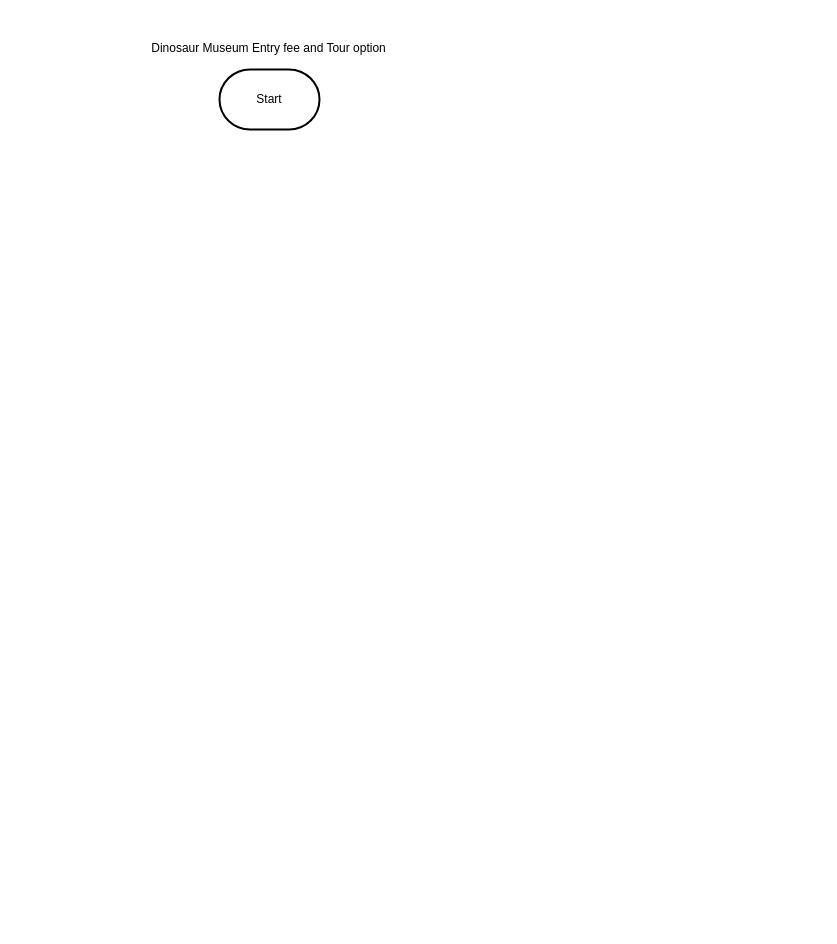
This is design/flowchart.drawio from MTHS-ICD2O-1-2024/ICD2O-Assignment-04-Ain-Jeong, a draw.io file, before an edit. Source tidied: cells renumbered, new cells numbered last; positions are measured from the earlier drawing's top-left corner, leaving out a move shared by most shapes. Both pictures are drawn from the tidied source at 100%, with x=0, y=0 at pixel (138, 33).
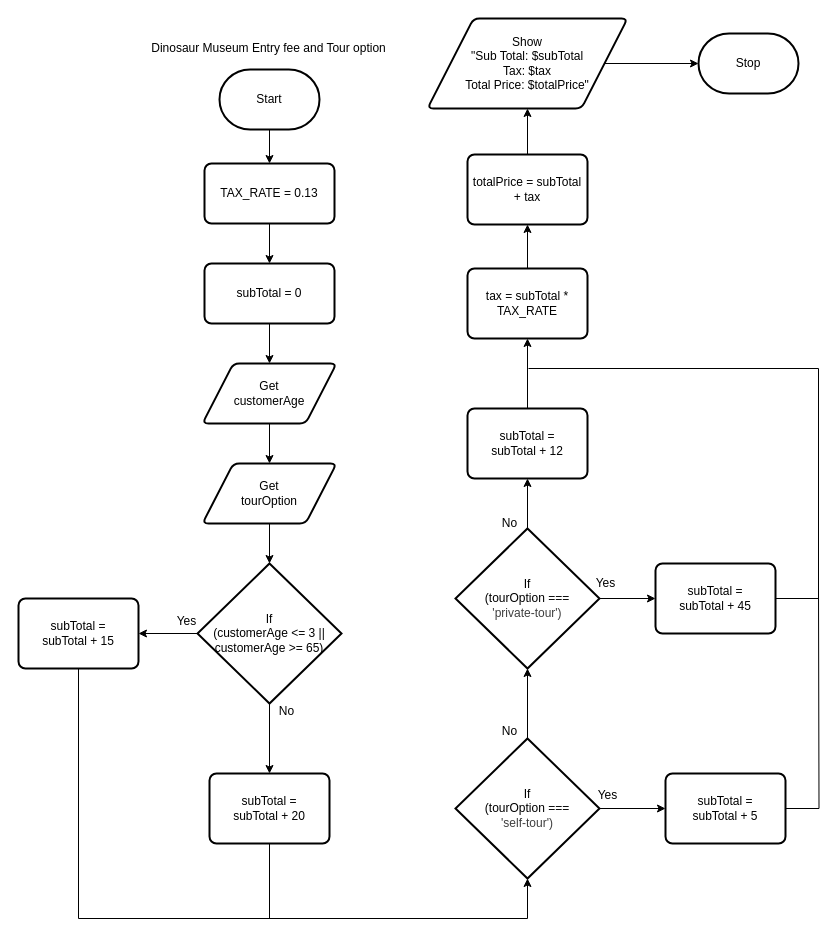
The same diagram, later.

Unchanged cells that the change refers to:
```xml
<mxCell id="2" value="Start" style="strokeWidth=2;html=1;shape=mxgraph.flowchart.terminator;whiteSpace=wrap;" parent="1" vertex="1">
  <mxGeometry x="81" y="36" width="100" height="60" as="geometry" />
</mxCell>
```

The edit, as a diff of the source:
```diff
@@
+    <mxCell id="8" style="edgeStyle=none;html=1;entryX=0.5;entryY=0;entryDx=0;entryDy=0;" parent="1" edge="1" source="2" target="10">
+      <mxGeometry relative="1" as="geometry" />
+    </mxCell>
@@
     <mxCell id="3" style="edgeStyle=none;html=1;entryX=1;entryY=0.5;entryDx=0;entryDy=0;" parent="1" edge="1">
       <mxGeometry relative="1" as="geometry">
-        <mxPoint x="80" y="525" as="sourcePoint" />
+        <mxPoint x="100" y="510" as="sourcePoint" />
       </mxGeometry>
     </mxCell>
     <mxCell id="4" style="edgeStyle=none;html=1;entryX=0.5;entryY=1;entryDx=0;entryDy=0;" parent="1" edge="1">
       <mxGeometry relative="1" as="geometry">
-        <mxPoint x="327.5" y="230" as="targetPoint" />
+        <mxPoint x="347.5" y="215" as="targetPoint" />
       </mxGeometry>
     </mxCell>
     <mxCell id="5" style="edgeStyle=none;html=1;entryX=0.5;entryY=1;entryDx=0;entryDy=0;" parent="1" edge="1">
       <mxGeometry relative="1" as="geometry">
-        <mxPoint x="327.5" y="160" as="sourcePoint" />
+        <mxPoint x="347.5" y="145" as="sourcePoint" />
       </mxGeometry>
     </mxCell>
     <mxCell id="6" style="edgeStyle=none;html=1;entryX=0;entryY=0.5;entryDx=0;entryDy=0;entryPerimeter=0;" parent="1" edge="1">
       <mxGeometry relative="1" as="geometry">
-        <mxPoint x="391" y="100" as="sourcePoint" />
+        <mxPoint x="411" y="85" as="sourcePoint" />
       </mxGeometry>
     </mxCell>
@@
+    <mxCell id="9" style="edgeStyle=none;html=1;entryX=0.5;entryY=0;entryDx=0;entryDy=0;" parent="1" edge="1" source="10" target="12">
+      <mxGeometry relative="1" as="geometry" />
+    </mxCell>
+    <mxCell id="10" value="TAX_RATE = 0.13" style="rounded=1;whiteSpace=wrap;html=1;absoluteArcSize=1;arcSize=14;strokeWidth=2;" parent="1" vertex="1">
+      <mxGeometry x="66" y="130" width="130" height="60" as="geometry" />
+    </mxCell>
+    <mxCell id="11" style="edgeStyle=none;html=1;entryX=0.5;entryY=0;entryDx=0;entryDy=0;" parent="1" edge="1" source="12" target="14">
+      <mxGeometry relative="1" as="geometry" />
+    </mxCell>
+    <mxCell id="12" value="subTotal = 0" style="rounded=1;whiteSpace=wrap;html=1;absoluteArcSize=1;arcSize=14;strokeWidth=2;" parent="1" vertex="1">
+      <mxGeometry x="66" y="230" width="130" height="60" as="geometry" />
+    </mxCell>
+    <mxCell id="13" style="edgeStyle=none;html=1;entryX=0.5;entryY=0;entryDx=0;entryDy=0;" parent="1" edge="1" source="14" target="15">
+      <mxGeometry relative="1" as="geometry" />
+    </mxCell>
+    <mxCell id="14" value="Get&lt;div&gt;customerAge&lt;/div&gt;" style="shape=parallelogram;html=1;strokeWidth=2;perimeter=parallelogramPerimeter;whiteSpace=wrap;rounded=1;arcSize=12;size=0.23;" parent="1" vertex="1">
+      <mxGeometry x="64" y="330" width="134" height="60" as="geometry" />
+    </mxCell>
+    <mxCell id="15" value="Get&lt;div&gt;tourOption&lt;/div&gt;" style="shape=parallelogram;html=1;strokeWidth=2;perimeter=parallelogramPerimeter;whiteSpace=wrap;rounded=1;arcSize=12;size=0.23;" parent="1" vertex="1">
+      <mxGeometry x="64" y="430" width="134" height="60" as="geometry" />
+    </mxCell>
+    <mxCell id="16" style="edgeStyle=none;html=1;entryX=1;entryY=0.5;entryDx=0;entryDy=0;" parent="1" edge="1" source="18" target="19">
+      <mxGeometry relative="1" as="geometry" />
+    </mxCell>
+    <mxCell id="17" style="edgeStyle=none;html=1;entryX=0.5;entryY=0;entryDx=0;entryDy=0;" parent="1" edge="1" source="18" target="21">
+      <mxGeometry relative="1" as="geometry" />
+    </mxCell>
+    <mxCell id="18" value="If&lt;div&gt;(customerAge &amp;lt;= 3 ||&lt;/div&gt;&lt;div&gt;customerAge &amp;gt;= 65)&lt;/div&gt;" style="strokeWidth=2;html=1;shape=mxgraph.flowchart.decision;whiteSpace=wrap;" parent="1" vertex="1">
+      <mxGeometry x="59" y="530" width="144" height="140" as="geometry" />
+    </mxCell>
+    <mxCell id="19" value="subTotal =&lt;div&gt;&lt;span style=&quot;color: rgb(0, 0, 0);&quot;&gt;subTotal + 15&lt;/span&gt;&lt;/div&gt;" style="rounded=1;whiteSpace=wrap;html=1;absoluteArcSize=1;arcSize=14;strokeWidth=2;" parent="1" vertex="1">
+      <mxGeometry x="-120" y="565" width="120" height="70" as="geometry" />
+    </mxCell>
+    <mxCell id="20" style="edgeStyle=none;html=1;endArrow=none;endFill=0;" parent="1" edge="1" source="21">
+      <mxGeometry relative="1" as="geometry">
+        <mxPoint x="131" y="885" as="targetPoint" />
+      </mxGeometry>
+    </mxCell>
+    <mxCell id="21" value="subTotal =&lt;div&gt;&lt;span style=&quot;color: rgb(0, 0, 0);&quot;&gt;subTotal + 20&lt;/span&gt;&lt;/div&gt;" style="rounded=1;whiteSpace=wrap;html=1;absoluteArcSize=1;arcSize=14;strokeWidth=2;" parent="1" vertex="1">
+      <mxGeometry x="71" y="740" width="120" height="70" as="geometry" />
+    </mxCell>
+    <mxCell id="22" style="edgeStyle=none;html=1;entryX=0;entryY=0.5;entryDx=0;entryDy=0;" parent="1" edge="1" source="23" target="28">
+      <mxGeometry relative="1" as="geometry" />
+    </mxCell>
+    <mxCell id="23" value="If&lt;div&gt;(tourOption ===&lt;/div&gt;&lt;div&gt;&lt;span style=&quot;color: rgb(63, 63, 63); background-color: transparent;&quot;&gt;'self-tour')&lt;/span&gt;&lt;/div&gt;" style="strokeWidth=2;html=1;shape=mxgraph.flowchart.decision;whiteSpace=wrap;" parent="1" vertex="1">
+      <mxGeometry x="317" y="705" width="144" height="140" as="geometry" />
+    </mxCell>
+    <mxCell id="24" style="edgeStyle=none;html=1;entryX=0.5;entryY=1;entryDx=0;entryDy=0;" parent="1" edge="1" source="26" target="32">
+      <mxGeometry relative="1" as="geometry" />
+    </mxCell>
+    <mxCell id="25" style="edgeStyle=none;html=1;entryX=0;entryY=0.5;entryDx=0;entryDy=0;" parent="1" edge="1" source="26" target="30">
+      <mxGeometry relative="1" as="geometry" />
+    </mxCell>
+    <mxCell id="26" value="If&lt;div&gt;(tourOption ===&lt;/div&gt;&lt;div&gt;&lt;span style=&quot;color: rgb(63, 63, 63); background-color: transparent;&quot;&gt;'private-tour')&lt;/span&gt;&lt;/div&gt;" style="strokeWidth=2;html=1;shape=mxgraph.flowchart.decision;whiteSpace=wrap;" parent="1" vertex="1">
+      <mxGeometry x="317" y="495" width="144" height="140" as="geometry" />
+    </mxCell>
+    <mxCell id="27" style="edgeStyle=orthogonalEdgeStyle;html=1;endArrow=none;endFill=0;rounded=0;curved=0;" parent="1" edge="1" source="28">
+      <mxGeometry relative="1" as="geometry">
+        <mxPoint x="680" y="555" as="targetPoint" />
+      </mxGeometry>
+    </mxCell>
+    <mxCell id="28" value="subTotal =&lt;div&gt;&lt;span style=&quot;color: rgb(0, 0, 0);&quot;&gt;subTotal + 5&lt;/span&gt;&lt;/div&gt;" style="rounded=1;whiteSpace=wrap;html=1;absoluteArcSize=1;arcSize=14;strokeWidth=2;" parent="1" vertex="1">
+      <mxGeometry x="527" y="740" width="120" height="70" as="geometry" />
+    </mxCell>
+    <mxCell id="29" style="edgeStyle=orthogonalEdgeStyle;html=1;rounded=0;curved=0;endArrow=none;endFill=0;" parent="1" edge="1" source="30">
+      <mxGeometry relative="1" as="geometry">
+        <mxPoint x="390" y="335" as="targetPoint" />
+        <Array as="points">
+          <mxPoint x="680" y="565" />
+          <mxPoint x="680" y="335" />
+        </Array>
+      </mxGeometry>
+    </mxCell>
+    <mxCell id="30" value="subTotal =&lt;div&gt;&lt;span style=&quot;color: rgb(0, 0, 0);&quot;&gt;subTotal + 45&lt;/span&gt;&lt;/div&gt;" style="rounded=1;whiteSpace=wrap;html=1;absoluteArcSize=1;arcSize=14;strokeWidth=2;" parent="1" vertex="1">
+      <mxGeometry x="517" y="530" width="120" height="70" as="geometry" />
+    </mxCell>
+    <mxCell id="31" style="edgeStyle=none;html=1;entryX=0.5;entryY=1;entryDx=0;entryDy=0;" parent="1" edge="1" source="32" target="34">
+      <mxGeometry relative="1" as="geometry" />
+    </mxCell>
+    <mxCell id="32" value="subTotal =&lt;div&gt;&lt;span style=&quot;color: rgb(0, 0, 0);&quot;&gt;subTotal + 12&lt;/span&gt;&lt;/div&gt;" style="rounded=1;whiteSpace=wrap;html=1;absoluteArcSize=1;arcSize=14;strokeWidth=2;" parent="1" vertex="1">
+      <mxGeometry x="329" y="375" width="120" height="70" as="geometry" />
+    </mxCell>
+    <mxCell id="33" style="edgeStyle=none;html=1;entryX=0.5;entryY=1;entryDx=0;entryDy=0;" parent="1" edge="1" source="34" target="36">
+      <mxGeometry relative="1" as="geometry" />
+    </mxCell>
+    <mxCell id="34" value="tax = subTotal *&lt;div style=&quot;text-align: center;&quot;&gt;&lt;span style=&quot;text-align: start;&quot;&gt;&lt;font color=&quot;#000000&quot;&gt;TAX_RATE&lt;/font&gt;&lt;/span&gt;&lt;/div&gt;" style="rounded=1;whiteSpace=wrap;html=1;absoluteArcSize=1;arcSize=14;strokeWidth=2;" parent="1" vertex="1">
+      <mxGeometry x="329" y="235" width="120" height="70" as="geometry" />
+    </mxCell>
+    <mxCell id="35" style="edgeStyle=none;html=1;entryX=0.5;entryY=1;entryDx=0;entryDy=0;" parent="1" edge="1" source="36" target="37">
+      <mxGeometry relative="1" as="geometry" />
+    </mxCell>
+    <mxCell id="36" value="totalPrice = subTotal + tax" style="rounded=1;whiteSpace=wrap;html=1;absoluteArcSize=1;arcSize=14;strokeWidth=2;" parent="1" vertex="1">
+      <mxGeometry x="329" y="121" width="120" height="70" as="geometry" />
+    </mxCell>
+    <mxCell id="37" value="Show&lt;div&gt;&quot;Sub Total: $subTotal&lt;/div&gt;&lt;div&gt;Tax: $tax&lt;/div&gt;&lt;div&gt;Total Price: $totalPrice&quot;&lt;/div&gt;" style="shape=parallelogram;html=1;strokeWidth=2;perimeter=parallelogramPerimeter;whiteSpace=wrap;rounded=1;arcSize=12;size=0.23;" parent="1" vertex="1">
+      <mxGeometry x="289" y="-15" width="200" height="90" as="geometry" />
+    </mxCell>
+    <mxCell id="38" value="Stop" style="strokeWidth=2;html=1;shape=mxgraph.flowchart.terminator;whiteSpace=wrap;" parent="1" vertex="1">
+      <mxGeometry x="560" width="100" height="60" as="geometry" />
+    </mxCell>
+    <mxCell id="39" style="edgeStyle=none;html=1;entryX=0.5;entryY=0;entryDx=0;entryDy=0;entryPerimeter=0;" parent="1" edge="1" source="15" target="18">
+      <mxGeometry relative="1" as="geometry" />
+    </mxCell>
+    <mxCell id="40" value="Yes" style="text;html=1;align=center;verticalAlign=middle;strokeColor=none;fillColor=none;" parent="1" vertex="1">
+      <mxGeometry x="28" y="573" width="40" height="30" as="geometry" />
+    </mxCell>
+    <mxCell id="41" value="No" style="text;html=1;align=center;verticalAlign=middle;strokeColor=none;fillColor=none;" parent="1" vertex="1">
+      <mxGeometry x="128" y="663" width="40" height="30" as="geometry" />
+    </mxCell>
+    <mxCell id="42" style="edgeStyle=orthogonalEdgeStyle;html=1;entryX=0.5;entryY=1;entryDx=0;entryDy=0;entryPerimeter=0;rounded=0;curved=0;" parent="1" edge="1" source="19" target="23">
+      <mxGeometry relative="1" as="geometry">
+        <Array as="points">
+          <mxPoint x="-60" y="885" />
+          <mxPoint x="389" y="885" />
+        </Array>
+      </mxGeometry>
+    </mxCell>
+    <mxCell id="43" style="edgeStyle=none;html=1;entryX=0.5;entryY=1;entryDx=0;entryDy=0;entryPerimeter=0;" parent="1" edge="1" source="23" target="26">
+      <mxGeometry relative="1" as="geometry" />
+    </mxCell>
+    <mxCell id="44" value="Yes" style="text;html=1;align=center;verticalAlign=middle;strokeColor=none;fillColor=none;" parent="1" vertex="1">
+      <mxGeometry x="449" y="747" width="40" height="30" as="geometry" />
+    </mxCell>
+    <mxCell id="45" value="No" style="text;html=1;align=center;verticalAlign=middle;strokeColor=none;fillColor=none;" parent="1" vertex="1">
+      <mxGeometry x="351" y="683" width="40" height="30" as="geometry" />
+    </mxCell>
+    <mxCell id="46" value="No" style="text;html=1;align=center;verticalAlign=middle;strokeColor=none;fillColor=none;" parent="1" vertex="1">
+      <mxGeometry x="351" y="475" width="40" height="30" as="geometry" />
+    </mxCell>
+    <mxCell id="47" value="Yes" style="text;html=1;align=center;verticalAlign=middle;strokeColor=none;fillColor=none;" parent="1" vertex="1">
+      <mxGeometry x="447" y="535" width="40" height="30" as="geometry" />
+    </mxCell>
+    <mxCell id="48" style="edgeStyle=none;html=1;entryX=0;entryY=0.5;entryDx=0;entryDy=0;entryPerimeter=0;" parent="1" edge="1" source="37" target="38">
+      <mxGeometry relative="1" as="geometry" />
+    </mxCell>
```
